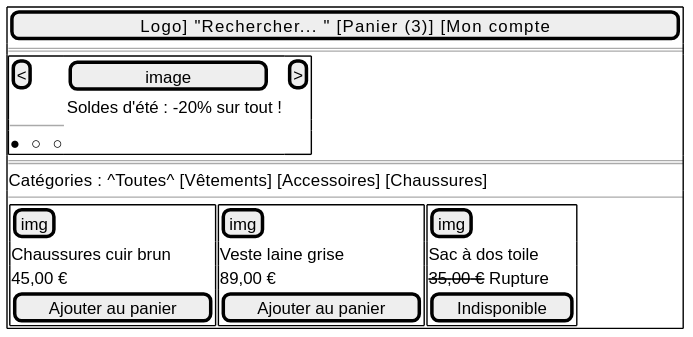
This is architecture/04-physical-architecture/diagrams/ihm-pa-accueil.svg from louistalvande/online_shop, a PlantUML export, as it was before one commit. Its diagram source:
```plantuml
@startuml
salt
{+
  [Logo]  "Rechercher...          "  [Panier (3)]  [Mon compte]
  ==
  {+
    [<]  |  {
             [      image      ]
             Soldes d'été : -20% sur tout !
           }  |  [>]
    --
    ● ○ ○
  }
  ==
  Catégories : ^Toutes^  [Vêtements]  [Accessoires]  [Chaussures]
  --
  {
    {+
      [img]
      Chaussures cuir brun
      45,00 €
      [Ajouter au panier]
    }  |
    {+
      [img]
      Veste laine grise
      89,00 €
      [Ajouter au panier]
    }  |
    {+
      [img]
      Sac à dos toile
      <s>35,00 €</s> Rupture
      [Indisponible]
    }
  }
}
@enduml
```
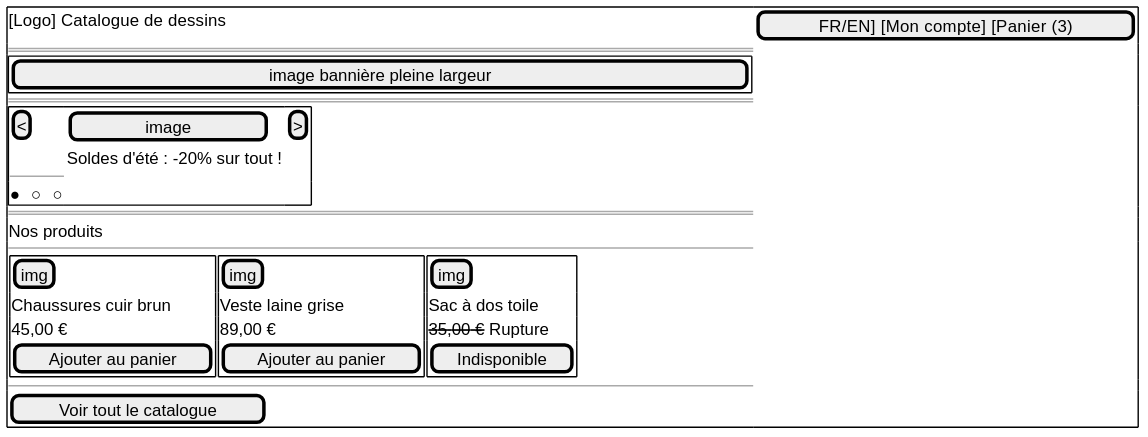
The same file after the commit.

What changed in the source:
```diff
@@ -1,7 +1,11 @@
 @startuml
 salt
 {+
-  [Logo]  "Rechercher...          "  [Panier (3)]  [Mon compte]
+  [Logo]  Catalogue de dessins  |  [FR/EN]  [Mon compte]  [Panier (3)]
+  ==
+  {+
+    [                  image bannière pleine largeur                  ]
+  }
   ==
   {+
     [<]  |  {
@@ -12,7 +16,7 @@
     ● ○ ○
   }
   ==
-  Catégories : ^Toutes^  [Vêtements]  [Accessoires]  [Chaussures]
+  Nos produits
   --
   {
     {+
@@ -34,5 +38,7 @@
       [Indisponible]
     }
   }
+  --
+  [Voir tout le catalogue]
 }
 @enduml
```
